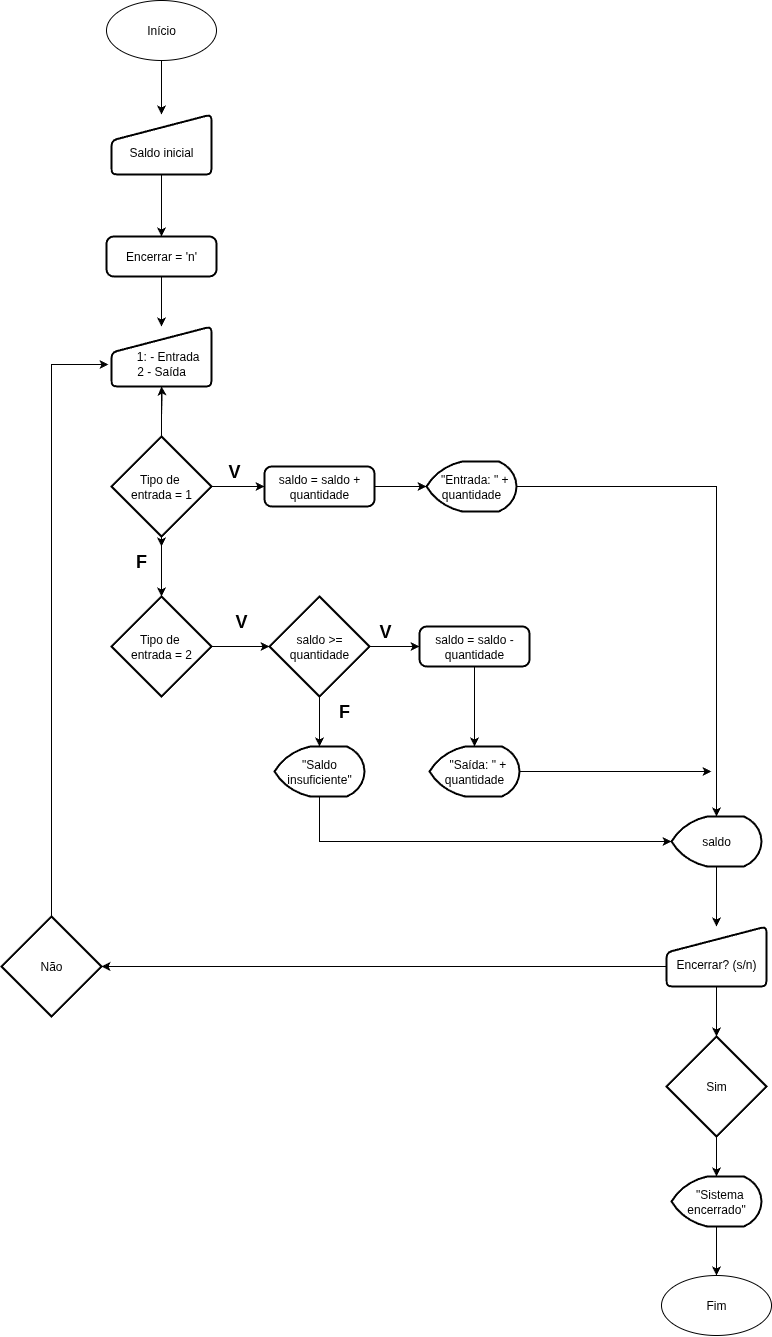
This is Diagrama de Controle de Peças.drawio.png from ramon-negreiros/fluxogramas, a draw.io export, as it was before one commit. Source tidied: cells renumbered, new cells last; positions are measured from the earlier drawing's top-left corner, leaving out a move shared by most shapes.
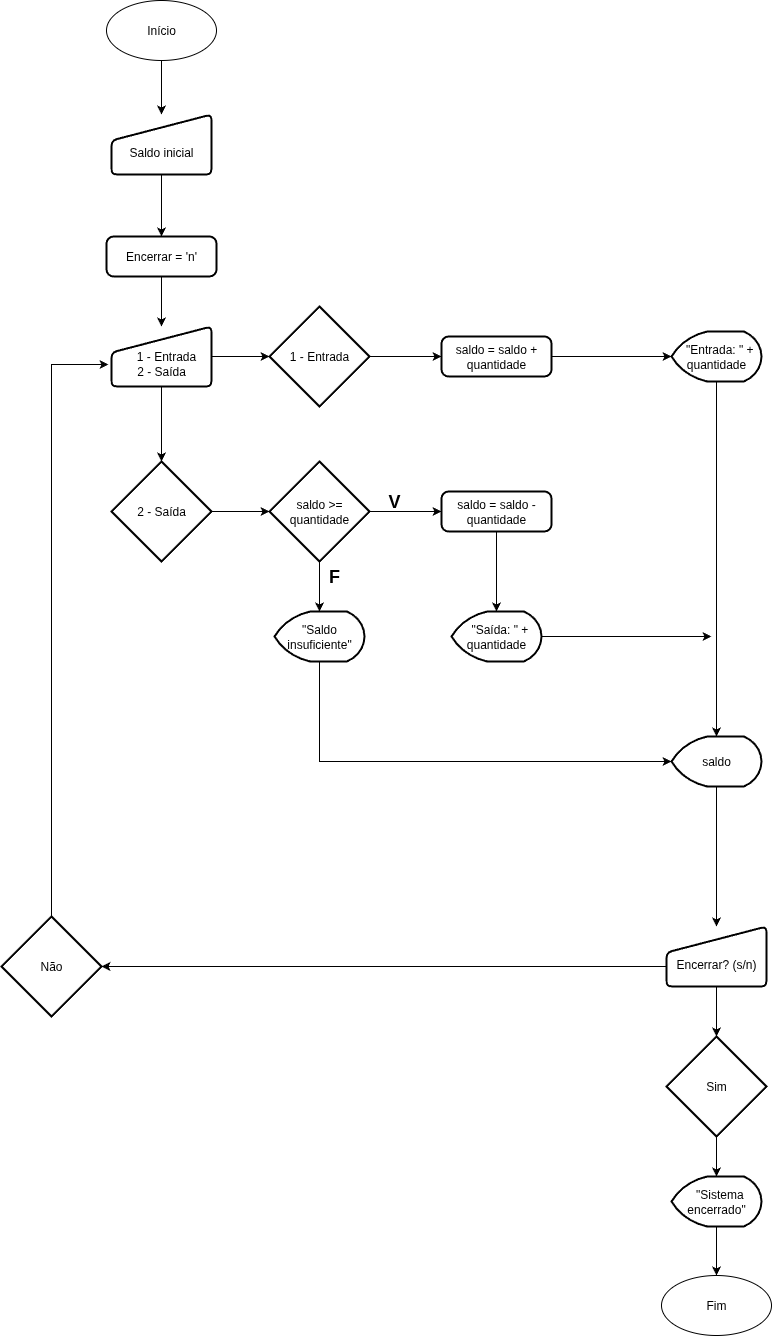
The same diagram one commit later.

Change to the diagram source:
```diff
@@ -14,49 +14,36 @@
     <mxCell id="5" value="Encerrar = 'n'" style="rounded=1;whiteSpace=wrap;html=1;absoluteArcSize=1;arcSize=14;strokeWidth=2;" parent="1" vertex="1">
       <mxGeometry x="105" y="236" width="110" height="40" as="geometry" />
     </mxCell>
-    <mxCell id="6" style="edgeStyle=orthogonalEdgeStyle;rounded=0;jettySize=auto;html=1;" parent="1" edge="1" target="8">
-      <mxGeometry relative="1" as="geometry">
-        <mxPoint x="160" y="416" as="sourcePoint" />
-      </mxGeometry>
-    </mxCell>
-    <mxCell id="7" style="edgeStyle=orthogonalEdgeStyle;rounded=0;jettySize=auto;html=1;" parent="1" edge="1" source="8">
-      <mxGeometry relative="1" as="geometry">
-        <mxPoint x="160" y="546" as="targetPoint" />
-      </mxGeometry>
-    </mxCell>
+    <mxCell id="46" style="edgeStyle=orthogonalEdgeStyle;rounded=0;jettySize=auto;html=1;" parent="1" edge="1" source="8" target="11">
+      <mxGeometry relative="1" as="geometry" />
+    </mxCell>
+    <mxCell id="47" style="edgeStyle=orthogonalEdgeStyle;rounded=0;jettySize=auto;html=1;" parent="1" edge="1" source="8" target="17">
+      <mxGeometry relative="1" as="geometry" />
+    </mxCell>
-    <mxCell id="8" value="&lt;div&gt;&lt;br&gt;&lt;/div&gt;&amp;nbsp; &amp;nbsp; 1: - Entrada&lt;div&gt;2 - Saída&lt;/div&gt;" style="html=1;strokeWidth=2;shape=manualInput;whiteSpace=wrap;rounded=1;size=26;arcSize=11;" parent="1" vertex="1">
+    <mxCell id="8" value="&lt;div&gt;&lt;br&gt;&lt;/div&gt;&amp;nbsp; &amp;nbsp;1 - Entrada&lt;div&gt;2 - Saída&lt;/div&gt;" style="html=1;strokeWidth=2;shape=manualInput;whiteSpace=wrap;rounded=1;size=26;arcSize=11;" parent="1" vertex="1">
       <mxGeometry x="110" y="326" width="100" height="60" as="geometry" />
     </mxCell>
     <mxCell id="9" style="edgeStyle=orthogonalEdgeStyle;rounded=0;jettySize=auto;html=1;" parent="1" edge="1" source="11" target="13">
       <mxGeometry relative="1" as="geometry" />
     </mxCell>
-    <mxCell id="10" style="edgeStyle=orthogonalEdgeStyle;rounded=0;jettySize=auto;html=1;" parent="1" edge="1" source="11" target="17">
-      <mxGeometry relative="1" as="geometry" />
-    </mxCell>
-    <mxCell id="11" value="Tipo de&amp;nbsp;&lt;div&gt;entrada = 1&lt;/div&gt;" style="strokeWidth=2;html=1;shape=mxgraph.flowchart.decision;whiteSpace=wrap;" parent="1" vertex="1">
-      <mxGeometry x="110" y="436" width="100" height="100" as="geometry" />
+    <mxCell id="11" value="1 - Entrada" style="strokeWidth=2;html=1;shape=mxgraph.flowchart.decision;whiteSpace=wrap;" parent="1" vertex="1">
+      <mxGeometry x="268" y="306" width="100" height="100" as="geometry" />
     </mxCell>
     <mxCell id="12" style="edgeStyle=orthogonalEdgeStyle;rounded=0;jettySize=auto;html=1;" parent="1" edge="1" source="13" target="14">
       <mxGeometry relative="1" as="geometry" />
     </mxCell>
     <mxCell id="13" value="saldo = saldo + quantidade" style="rounded=1;whiteSpace=wrap;html=1;absoluteArcSize=1;arcSize=14;strokeWidth=2;" parent="1" vertex="1">
-      <mxGeometry x="263" y="466" width="110" height="40" as="geometry" />
+      <mxGeometry x="440" y="336" width="110" height="40" as="geometry" />
     </mxCell>
     <mxCell id="14" value="&amp;nbsp; &quot;Entrada: &quot; + quantidade" style="strokeWidth=2;html=1;shape=mxgraph.flowchart.display;whiteSpace=wrap;" parent="1" vertex="1">
-      <mxGeometry x="425" y="461" width="90" height="50" as="geometry" />
+      <mxGeometry x="670" y="331" width="90" height="50" as="geometry" />
     </mxCell>
-    <mxCell id="15" value="&lt;b&gt;&lt;font style=&quot;font-size: 18px;&quot;&gt;V&lt;/font&gt;&lt;/b&gt;" style="text;strokeColor=none;align=center;fillColor=none;html=1;verticalAlign=middle;whiteSpace=wrap;rounded=0;" parent="1" vertex="1">
-      <mxGeometry x="203" y="456" width="60" height="30" as="geometry" />
-    </mxCell>
     <mxCell id="16" style="edgeStyle=orthogonalEdgeStyle;rounded=0;jettySize=auto;html=1;" parent="1" edge="1" source="17" target="21">
       <mxGeometry relative="1" as="geometry" />
     </mxCell>
-    <mxCell id="17" value="Tipo de&amp;nbsp;&lt;div&gt;entrada = 2&lt;/div&gt;" style="strokeWidth=2;html=1;shape=mxgraph.flowchart.decision;whiteSpace=wrap;" parent="1" vertex="1">
-      <mxGeometry x="110" y="596" width="100" height="100" as="geometry" />
+    <mxCell id="17" value="2 - Saída" style="strokeWidth=2;html=1;shape=mxgraph.flowchart.decision;whiteSpace=wrap;" parent="1" vertex="1">
+      <mxGeometry x="110" y="461" width="100" height="100" as="geometry" />
     </mxCell>
-    <mxCell id="18" value="&lt;b&gt;&lt;font style=&quot;font-size: 18px;&quot;&gt;F&lt;/font&gt;&lt;/b&gt;" style="text;strokeColor=none;align=center;fillColor=none;html=1;verticalAlign=middle;whiteSpace=wrap;rounded=0;" parent="1" vertex="1">
-      <mxGeometry x="110" y="546" width="60" height="30" as="geometry" />
-    </mxCell>
     <mxCell id="19" style="edgeStyle=orthogonalEdgeStyle;rounded=0;jettySize=auto;html=1;" parent="1" edge="1" source="21" target="24">
       <mxGeometry relative="1" as="geometry" />
     </mxCell>
@@ -64,39 +51,36 @@
       <mxGeometry relative="1" as="geometry" />
     </mxCell>
     <mxCell id="21" value="saldo &amp;gt;= quantidade" style="strokeWidth=2;html=1;shape=mxgraph.flowchart.decision;whiteSpace=wrap;" parent="1" vertex="1">
-      <mxGeometry x="268" y="596" width="100" height="100" as="geometry" />
+      <mxGeometry x="268" y="461" width="100" height="100" as="geometry" />
     </mxCell>
-    <mxCell id="22" value="&lt;b&gt;&lt;font style=&quot;font-size: 18px;&quot;&gt;V&lt;/font&gt;&lt;/b&gt;" style="text;strokeColor=none;align=center;fillColor=none;html=1;verticalAlign=middle;whiteSpace=wrap;rounded=0;" parent="1" vertex="1">
-      <mxGeometry x="210" y="606" width="60" height="30" as="geometry" />
-    </mxCell>
     <mxCell id="23" style="edgeStyle=orthogonalEdgeStyle;rounded=0;jettySize=auto;html=1;" parent="1" edge="1" source="24" target="29">
       <mxGeometry relative="1" as="geometry" />
     </mxCell>
     <mxCell id="24" value="saldo = saldo - quantidade" style="rounded=1;whiteSpace=wrap;html=1;absoluteArcSize=1;arcSize=14;strokeWidth=2;" parent="1" vertex="1">
-      <mxGeometry x="418" y="626" width="110" height="40" as="geometry" />
+      <mxGeometry x="440" y="491" width="110" height="40" as="geometry" />
     </mxCell>
     <mxCell id="25" value="&lt;b&gt;&lt;font style=&quot;font-size: 18px;&quot;&gt;V&lt;/font&gt;&lt;/b&gt;" style="text;strokeColor=none;align=center;fillColor=none;html=1;verticalAlign=middle;whiteSpace=wrap;rounded=0;" parent="1" vertex="1">
-      <mxGeometry x="354" y="616" width="60" height="30" as="geometry" />
+      <mxGeometry x="363" y="486" width="60" height="30" as="geometry" />
     </mxCell>
     <mxCell id="26" value="&quot;Saldo insuficiente&quot;" style="strokeWidth=2;html=1;shape=mxgraph.flowchart.display;whiteSpace=wrap;" parent="1" vertex="1">
-      <mxGeometry x="273" y="746" width="90" height="50" as="geometry" />
+      <mxGeometry x="273" y="611" width="90" height="50" as="geometry" />
     </mxCell>
     <mxCell id="27" value="&lt;b&gt;&lt;font style=&quot;font-size: 18px;&quot;&gt;F&lt;/font&gt;&lt;/b&gt;" style="text;strokeColor=none;align=center;fillColor=none;html=1;verticalAlign=middle;whiteSpace=wrap;rounded=0;" parent="1" vertex="1">
-      <mxGeometry x="313" y="696" width="60" height="30" as="geometry" />
+      <mxGeometry x="303" y="561" width="60" height="30" as="geometry" />
     </mxCell>
-    <mxCell id="28" style="edgeStyle=orthogonalEdgeStyle;rounded=0;jettySize=auto;html=1;" parent="1" edge="1" source="29">
-      <mxGeometry relative="1" as="geometry">
-        <mxPoint x="710" y="771" as="targetPoint" />
-      </mxGeometry>
-    </mxCell>
+    <mxCell id="48" style="edgeStyle=orthogonalEdgeStyle;rounded=0;jettySize=auto;html=1;" parent="1" edge="1" source="29">
+      <mxGeometry relative="1" as="geometry">
+        <mxPoint x="710" y="636" as="targetPoint" />
+      </mxGeometry>
+    </mxCell>
     <mxCell id="29" value="&amp;nbsp; &quot;Saída: &quot; + quantidade" style="strokeWidth=2;html=1;shape=mxgraph.flowchart.display;whiteSpace=wrap;" parent="1" vertex="1">
-      <mxGeometry x="428" y="746" width="90" height="50" as="geometry" />
+      <mxGeometry x="450" y="611" width="90" height="50" as="geometry" />
     </mxCell>
     <mxCell id="30" style="edgeStyle=orthogonalEdgeStyle;rounded=0;jettySize=auto;html=1;" parent="1" edge="1" source="31" target="33">
       <mxGeometry relative="1" as="geometry" />
     </mxCell>
     <mxCell id="31" value="saldo" style="strokeWidth=2;html=1;shape=mxgraph.flowchart.display;whiteSpace=wrap;" parent="1" vertex="1">
-      <mxGeometry x="670" y="816" width="90" height="50" as="geometry" />
+      <mxGeometry x="670" y="736" width="90" height="50" as="geometry" />
     </mxCell>
     <mxCell id="32" style="edgeStyle=orthogonalEdgeStyle;rounded=0;jettySize=auto;html=1;" parent="1" edge="1" source="33" target="42">
       <mxGeometry relative="1" as="geometry" />
@@ -122,13 +106,6 @@
     <mxCell id="39" style="edgeStyle=orthogonalEdgeStyle;rounded=0;jettySize=auto;html=1;entryX=0.5;entryY=0;entryDx=0;entryDy=0;entryPerimeter=0;" parent="1" edge="1" source="14" target="31">
       <mxGeometry relative="1" as="geometry" />
     </mxCell>
-    <mxCell id="40" style="edgeStyle=orthogonalEdgeStyle;rounded=0;jettySize=auto;html=1;entryX=0;entryY=0.5;entryDx=0;entryDy=0;entryPerimeter=0;" parent="1" edge="1" source="26" target="31">
-      <mxGeometry relative="1" as="geometry">
-        <Array as="points">
-          <mxPoint x="318" y="841" />
-        </Array>
-      </mxGeometry>
-    </mxCell>
     <mxCell id="41" style="edgeStyle=orthogonalEdgeStyle;rounded=0;jettySize=auto;html=1;" parent="1" edge="1" source="42" target="35">
       <mxGeometry relative="1" as="geometry" />
     </mxCell>
@@ -152,5 +129,12 @@
         </Array>
       </mxGeometry>
     </mxCell>
+    <mxCell id="40" style="edgeStyle=orthogonalEdgeStyle;rounded=0;jettySize=auto;html=1;entryX=0;entryY=0.5;entryDx=0;entryDy=0;entryPerimeter=0;" parent="1" edge="1" source="26" target="31">
+      <mxGeometry relative="1" as="geometry">
+        <Array as="points">
+          <mxPoint x="318" y="761" />
+        </Array>
+      </mxGeometry>
+    </mxCell>
   </root>
 </mxGraphModel>
```
